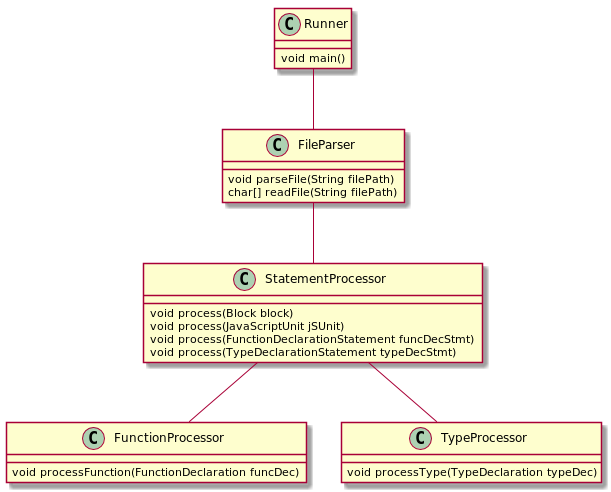
Before: VE_JavaScript/docs/class_diagram.png, a diagram exported from PlantUML (ASoE-IF/vocabularioSoftware).
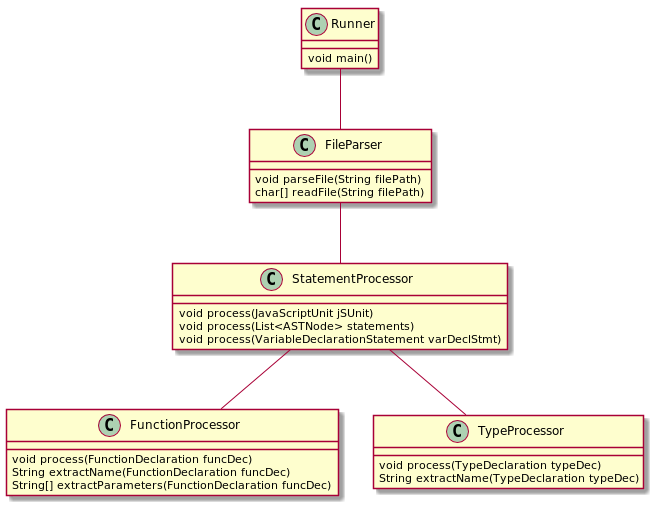
Above is the later version.

Commit message:
atualizando class_diagram e separando diagramas .png de seus fontes .puml

Diff of the diagram source:
```diff
@@ -12,20 +12,22 @@
 FileParser -- StatementProcessor
 
 class StatementProcessor{
-    void process(Block block)
     void process(JavaScriptUnit jSUnit)
-    void process(FunctionDeclarationStatement funcDecStmt)
-    void process(TypeDeclarationStatement typeDecStmt)
+    void process(List<ASTNode> statements)
+    void process(VariableDeclarationStatement varDeclStmt)
 }
 StatementProcessor -- FunctionProcessor
 StatementProcessor -- TypeProcessor
 
 class FunctionProcessor{
-    void processFunction(FunctionDeclaration funcDec)
+    void process(FunctionDeclaration funcDec)
+    String extractName(FunctionDeclaration funcDec)
+    String[] extractParameters(FunctionDeclaration funcDec)
 }
 
 class TypeProcessor{
-    void processType(TypeDeclaration typeDec)
+    void process(TypeDeclaration typeDec)
+    String extractName(TypeDeclaration typeDec)
 }
 
 @enduml
```
